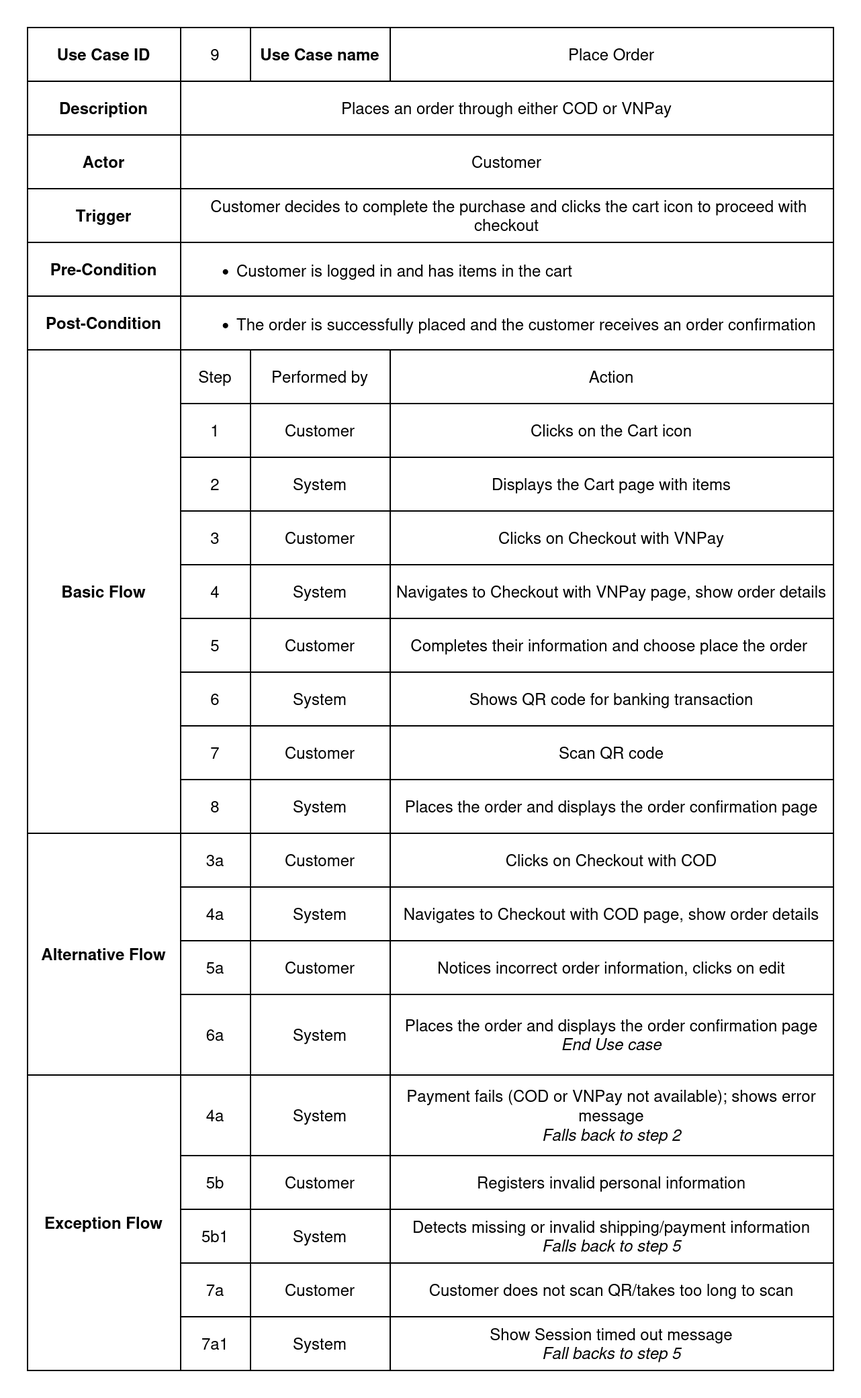
auphong2707/itse-laptopshop-management-web-application keeps this draw.io diagram as documentation/Images/usecase_metadata_card/uc_9_place_order.drawio.png. Above is the earlier version. Source tidied: cells renumbered, new cells last; positions are measured from the earlier drawing's top-left corner, leaving out a move shared by most shapes.
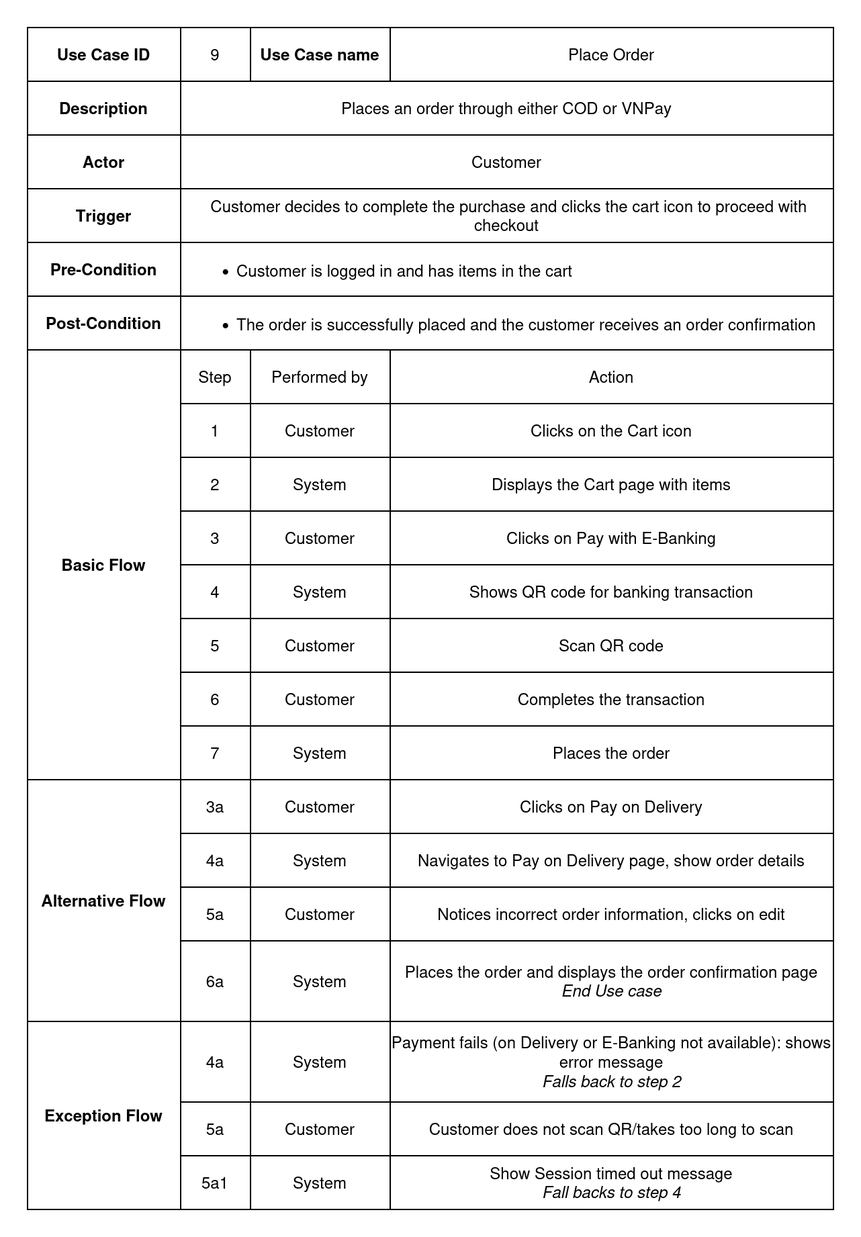
The same file after the commit.

The edit, as a diff of the source:
```diff
@@ -5,3 +5,3 @@
     <mxCell id="2" style="shape=table;startSize=0;fontStyle=0;" parent="1" vertex="1">
-      <mxGeometry width="600" height="1000" as="geometry" />
+      <mxGeometry width="600" height="880" as="geometry" />
     </mxCell>
@@ -70,4 +70,4 @@
     </mxCell>
-    <mxCell id="24" value="&lt;b&gt;Basic Flow&lt;/b&gt;" style="shape=partialRectangle;html=1;whiteSpace=wrap;strokeColor=inherit;overflow=hidden;fillColor=none;top=0;left=0;bottom=0;right=0;rowspan=9;colspan=1;" parent="23" vertex="1">
-      <mxGeometry width="114" height="360" as="geometry" />
+    <mxCell id="24" value="&lt;b&gt;Basic Flow&lt;/b&gt;" style="shape=partialRectangle;html=1;whiteSpace=wrap;strokeColor=inherit;overflow=hidden;fillColor=none;top=0;left=0;bottom=0;right=0;rowspan=8;colspan=1;" parent="23" vertex="1">
+      <mxGeometry width="114" height="320" as="geometry" />
     </mxCell>
@@ -115,33 +115,9 @@
     </mxCell>
-    <mxCell id="39" value="Clicks on Checkout with VNPay" style="shape=partialRectangle;html=1;whiteSpace=wrap;strokeColor=inherit;overflow=hidden;fillColor=none;top=0;left=0;bottom=0;right=0;" parent="36" vertex="1">
+    <mxCell id="39" value="Clicks on Pay with E-Banking" style="shape=partialRectangle;html=1;whiteSpace=wrap;strokeColor=inherit;overflow=hidden;fillColor=none;top=0;left=0;bottom=0;right=0;" parent="36" vertex="1">
       <mxGeometry x="270" width="330" height="40" as="geometry" />
     </mxCell>
-    <mxCell id="40" style="shape=tableRow;horizontal=0;startSize=0;swimlaneHead=0;swimlaneBody=0;strokeColor=inherit;top=0;left=0;bottom=0;right=0;fillColor=none;" parent="2" vertex="1">
-      <mxGeometry y="400" width="600" height="40" as="geometry" />
-    </mxCell>
-    <mxCell id="41" value="4" style="shape=partialRectangle;html=1;whiteSpace=wrap;strokeColor=inherit;overflow=hidden;fillColor=none;top=0;left=0;bottom=0;right=0;" parent="40" vertex="1">
-      <mxGeometry x="114" width="52" height="40" as="geometry" />
-    </mxCell>
-    <mxCell id="42" value="System" style="shape=partialRectangle;html=1;whiteSpace=wrap;strokeColor=inherit;overflow=hidden;fillColor=none;top=0;left=0;bottom=0;right=0;" parent="40" vertex="1">
-      <mxGeometry x="166" width="104" height="40" as="geometry" />
-    </mxCell>
-    <mxCell id="43" value="Navigates to Checkout with VNPay page, show order details" style="shape=partialRectangle;html=1;whiteSpace=wrap;strokeColor=inherit;overflow=hidden;fillColor=none;top=0;left=0;bottom=0;right=0;" parent="40" vertex="1">
-      <mxGeometry x="270" width="330" height="40" as="geometry" />
-    </mxCell>
-    <mxCell id="44" style="shape=tableRow;horizontal=0;startSize=0;swimlaneHead=0;swimlaneBody=0;strokeColor=inherit;top=0;left=0;bottom=0;right=0;fillColor=none;" parent="2" vertex="1">
-      <mxGeometry y="440" width="600" height="40" as="geometry" />
-    </mxCell>
-    <mxCell id="45" value="5" style="shape=partialRectangle;html=1;whiteSpace=wrap;strokeColor=inherit;overflow=hidden;fillColor=none;top=0;left=0;bottom=0;right=0;" parent="44" vertex="1">
-      <mxGeometry x="114" width="52" height="40" as="geometry" />
-    </mxCell>
-    <mxCell id="46" value="Customer" style="shape=partialRectangle;html=1;whiteSpace=wrap;strokeColor=inherit;overflow=hidden;fillColor=none;top=0;left=0;bottom=0;right=0;" parent="44" vertex="1">
-      <mxGeometry x="166" width="104" height="40" as="geometry" />
-    </mxCell>
-    <mxCell id="47" value="Completes their information and choose place the order&amp;nbsp;" style="shape=partialRectangle;html=1;whiteSpace=wrap;strokeColor=inherit;overflow=hidden;fillColor=none;top=0;left=0;bottom=0;right=0;" parent="44" vertex="1">
-      <mxGeometry x="270" width="330" height="40" as="geometry" />
-    </mxCell>
     <mxCell id="48" style="shape=tableRow;horizontal=0;startSize=0;swimlaneHead=0;swimlaneBody=0;strokeColor=inherit;top=0;left=0;bottom=0;right=0;fillColor=none;" parent="2" vertex="1">
-      <mxGeometry y="480" width="600" height="40" as="geometry" />
+      <mxGeometry y="400" width="600" height="40" as="geometry" />
     </mxCell>
-    <mxCell id="49" value="6" style="shape=partialRectangle;html=1;whiteSpace=wrap;strokeColor=inherit;overflow=hidden;fillColor=none;top=0;left=0;bottom=0;right=0;" parent="48" vertex="1">
+    <mxCell id="49" value="4" style="shape=partialRectangle;html=1;whiteSpace=wrap;strokeColor=inherit;overflow=hidden;fillColor=none;top=0;left=0;bottom=0;right=0;" parent="48" vertex="1">
       <mxGeometry x="114" width="52" height="40" as="geometry" />
@@ -155,5 +131,5 @@
     <mxCell id="52" style="shape=tableRow;horizontal=0;startSize=0;swimlaneHead=0;swimlaneBody=0;strokeColor=inherit;top=0;left=0;bottom=0;right=0;fillColor=none;" parent="2" vertex="1">
-      <mxGeometry y="520" width="600" height="40" as="geometry" />
+      <mxGeometry y="440" width="600" height="40" as="geometry" />
     </mxCell>
-    <mxCell id="53" value="7" style="shape=partialRectangle;html=1;whiteSpace=wrap;strokeColor=inherit;overflow=hidden;fillColor=none;top=0;left=0;bottom=0;right=0;" parent="52" vertex="1">
+    <mxCell id="53" value="5" style="shape=partialRectangle;html=1;whiteSpace=wrap;strokeColor=inherit;overflow=hidden;fillColor=none;top=0;left=0;bottom=0;right=0;" parent="52" vertex="1">
       <mxGeometry x="114" width="52" height="40" as="geometry" />
@@ -167,15 +143,27 @@
     <mxCell id="56" style="shape=tableRow;horizontal=0;startSize=0;swimlaneHead=0;swimlaneBody=0;strokeColor=inherit;top=0;left=0;bottom=0;right=0;fillColor=none;" parent="2" vertex="1">
-      <mxGeometry y="560" width="600" height="40" as="geometry" />
+      <mxGeometry y="480" width="600" height="40" as="geometry" />
     </mxCell>
-    <mxCell id="57" value="8" style="shape=partialRectangle;html=1;whiteSpace=wrap;strokeColor=inherit;overflow=hidden;fillColor=none;top=0;left=0;bottom=0;right=0;" parent="56" vertex="1">
+    <mxCell id="57" value="6" style="shape=partialRectangle;html=1;whiteSpace=wrap;strokeColor=inherit;overflow=hidden;fillColor=none;top=0;left=0;bottom=0;right=0;" parent="56" vertex="1">
       <mxGeometry x="114" width="52" height="40" as="geometry" />
     </mxCell>
-    <mxCell id="58" value="System" style="shape=partialRectangle;html=1;whiteSpace=wrap;strokeColor=inherit;overflow=hidden;fillColor=none;top=0;left=0;bottom=0;right=0;" parent="56" vertex="1">
+    <mxCell id="58" value="Customer" style="shape=partialRectangle;html=1;whiteSpace=wrap;strokeColor=inherit;overflow=hidden;fillColor=none;top=0;left=0;bottom=0;right=0;" parent="56" vertex="1">
       <mxGeometry x="166" width="104" height="40" as="geometry" />
     </mxCell>
-    <mxCell id="59" value="Places the order and displays the order confirmation page" style="shape=partialRectangle;html=1;whiteSpace=wrap;strokeColor=inherit;overflow=hidden;fillColor=none;top=0;left=0;bottom=0;right=0;" parent="56" vertex="1">
+    <mxCell id="59" value="Completes the transaction" style="shape=partialRectangle;html=1;whiteSpace=wrap;strokeColor=inherit;overflow=hidden;fillColor=none;top=0;left=0;bottom=0;right=0;" parent="56" vertex="1">
       <mxGeometry x="270" width="330" height="40" as="geometry" />
     </mxCell>
+    <mxCell id="98" style="shape=tableRow;horizontal=0;startSize=0;swimlaneHead=0;swimlaneBody=0;strokeColor=inherit;top=0;left=0;bottom=0;right=0;fillColor=none;" parent="2" vertex="1">
+      <mxGeometry y="520" width="600" height="40" as="geometry" />
+    </mxCell>
+    <mxCell id="99" value="7" style="shape=partialRectangle;html=1;whiteSpace=wrap;strokeColor=inherit;overflow=hidden;fillColor=none;top=0;left=0;bottom=0;right=0;" parent="98" vertex="1">
+      <mxGeometry x="114" width="52" height="40" as="geometry" />
+    </mxCell>
+    <mxCell id="100" value="System" style="shape=partialRectangle;html=1;whiteSpace=wrap;strokeColor=inherit;overflow=hidden;fillColor=none;top=0;left=0;bottom=0;right=0;" parent="98" vertex="1">
+      <mxGeometry x="166" width="104" height="40" as="geometry" />
+    </mxCell>
+    <mxCell id="101" value="Places the order" style="shape=partialRectangle;html=1;whiteSpace=wrap;strokeColor=inherit;overflow=hidden;fillColor=none;top=0;left=0;bottom=0;right=0;" parent="98" vertex="1">
+      <mxGeometry x="270" width="330" height="40" as="geometry" />
+    </mxCell>
     <mxCell id="60" style="shape=tableRow;horizontal=0;startSize=0;swimlaneHead=0;swimlaneBody=0;strokeColor=inherit;top=0;left=0;bottom=0;right=0;fillColor=none;" parent="2" vertex="1">
-      <mxGeometry y="600" width="600" height="40" as="geometry" />
+      <mxGeometry y="560" width="600" height="40" as="geometry" />
     </mxCell>
@@ -190,3 +178,3 @@
     </mxCell>
-    <mxCell id="64" value="Clicks on Checkout with COD" style="shape=partialRectangle;html=1;whiteSpace=wrap;strokeColor=inherit;overflow=hidden;fillColor=none;top=0;left=0;bottom=0;right=0;" parent="60" vertex="1">
+    <mxCell id="64" value="Clicks on Pay on Delivery" style="shape=partialRectangle;html=1;whiteSpace=wrap;strokeColor=inherit;overflow=hidden;fillColor=none;top=0;left=0;bottom=0;right=0;" parent="60" vertex="1">
       <mxGeometry x="270" width="330" height="40" as="geometry" />
@@ -194,3 +182,3 @@
     <mxCell id="65" style="shape=tableRow;horizontal=0;startSize=0;swimlaneHead=0;swimlaneBody=0;strokeColor=inherit;top=0;left=0;bottom=0;right=0;fillColor=none;" parent="2" vertex="1">
-      <mxGeometry y="640" width="600" height="40" as="geometry" />
+      <mxGeometry y="600" width="600" height="40" as="geometry" />
     </mxCell>
@@ -202,3 +190,3 @@
     </mxCell>
-    <mxCell id="68" value="Navigates to Checkout with COD page, show order details" style="shape=partialRectangle;html=1;whiteSpace=wrap;strokeColor=inherit;overflow=hidden;fillColor=none;top=0;left=0;bottom=0;right=0;" parent="65" vertex="1">
+    <mxCell id="68" value="Navigates to Pay on Delivery page, show order details" style="shape=partialRectangle;html=1;whiteSpace=wrap;strokeColor=inherit;overflow=hidden;fillColor=none;top=0;left=0;bottom=0;right=0;" parent="65" vertex="1">
       <mxGeometry x="270" width="330" height="40" as="geometry" />
@@ -206,3 +194,3 @@
     <mxCell id="69" style="shape=tableRow;horizontal=0;startSize=0;swimlaneHead=0;swimlaneBody=0;strokeColor=inherit;top=0;left=0;bottom=0;right=0;fillColor=none;" parent="2" vertex="1">
-      <mxGeometry y="680" width="600" height="40" as="geometry" />
+      <mxGeometry y="640" width="600" height="40" as="geometry" />
     </mxCell>
@@ -218,3 +206,3 @@
     <mxCell id="73" style="shape=tableRow;horizontal=0;startSize=0;swimlaneHead=0;swimlaneBody=0;strokeColor=inherit;top=0;left=0;bottom=0;right=0;fillColor=none;" parent="2" vertex="1">
-      <mxGeometry y="720" width="600" height="60" as="geometry" />
+      <mxGeometry y="680" width="600" height="60" as="geometry" />
     </mxCell>
@@ -230,6 +218,6 @@
     <mxCell id="77" style="shape=tableRow;horizontal=0;startSize=0;swimlaneHead=0;swimlaneBody=0;strokeColor=inherit;top=0;left=0;bottom=0;right=0;fillColor=none;" parent="2" vertex="1">
-      <mxGeometry y="780" width="600" height="60" as="geometry" />
+      <mxGeometry y="740" width="600" height="60" as="geometry" />
     </mxCell>
-    <mxCell id="78" value="&lt;b&gt;Exception Flow&lt;/b&gt;" style="shape=partialRectangle;html=1;whiteSpace=wrap;strokeColor=inherit;overflow=hidden;fillColor=none;top=0;left=0;bottom=0;right=0;rowspan=5;colspan=1;" parent="77" vertex="1">
-      <mxGeometry width="114" height="220" as="geometry" />
+    <mxCell id="78" value="&lt;b&gt;Exception Flow&lt;/b&gt;" style="shape=partialRectangle;html=1;whiteSpace=wrap;strokeColor=inherit;overflow=hidden;fillColor=none;top=0;left=0;bottom=0;right=0;rowspan=3;colspan=1;" parent="77" vertex="1">
+      <mxGeometry width="114" height="140" as="geometry" />
     </mxCell>
@@ -241,33 +229,9 @@
     </mxCell>
-    <mxCell id="81" value="Payment fails (COD or VNPay not available); shows error message&lt;div&gt;&lt;span style=&quot;background-color: transparent; color: light-dark(rgb(0, 0, 0), rgb(255, 255, 255));&quot;&gt;&lt;i&gt;Falls back to step 2&lt;/i&gt;&lt;/span&gt;&lt;/div&gt;" style="shape=partialRectangle;html=1;whiteSpace=wrap;strokeColor=inherit;overflow=hidden;fillColor=none;top=0;left=0;bottom=0;right=0;" parent="77" vertex="1">
+    <mxCell id="81" value="Payment fails (on Delivery or E-Banking not available): shows error message&lt;div&gt;&lt;span style=&quot;background-color: transparent; color: light-dark(rgb(0, 0, 0), rgb(255, 255, 255));&quot;&gt;&lt;i&gt;Falls back to step 2&lt;/i&gt;&lt;/span&gt;&lt;/div&gt;" style="shape=partialRectangle;html=1;whiteSpace=wrap;strokeColor=inherit;overflow=hidden;fillColor=none;top=0;left=0;bottom=0;right=0;" parent="77" vertex="1">
       <mxGeometry x="270" width="330" height="60" as="geometry" />
     </mxCell>
-    <mxCell id="82" style="shape=tableRow;horizontal=0;startSize=0;swimlaneHead=0;swimlaneBody=0;strokeColor=inherit;top=0;left=0;bottom=0;right=0;fillColor=none;" parent="2" vertex="1">
-      <mxGeometry y="840" width="600" height="40" as="geometry" />
-    </mxCell>
-    <mxCell id="83" value="5b" style="shape=partialRectangle;html=1;whiteSpace=wrap;strokeColor=inherit;overflow=hidden;fillColor=none;top=0;left=0;bottom=0;right=0;" parent="82" vertex="1">
-      <mxGeometry x="114" width="52" height="40" as="geometry" />
-    </mxCell>
-    <mxCell id="84" value="Customer" style="shape=partialRectangle;html=1;whiteSpace=wrap;strokeColor=inherit;overflow=hidden;fillColor=none;top=0;left=0;bottom=0;right=0;" parent="82" vertex="1">
-      <mxGeometry x="166" width="104" height="40" as="geometry" />
-    </mxCell>
-    <mxCell id="85" value="Registers invalid personal information" style="shape=partialRectangle;html=1;whiteSpace=wrap;strokeColor=inherit;overflow=hidden;fillColor=none;top=0;left=0;bottom=0;right=0;" parent="82" vertex="1">
-      <mxGeometry x="270" width="330" height="40" as="geometry" />
-    </mxCell>
-    <mxCell id="86" style="shape=tableRow;horizontal=0;startSize=0;swimlaneHead=0;swimlaneBody=0;strokeColor=inherit;top=0;left=0;bottom=0;right=0;fillColor=none;" parent="2" vertex="1">
-      <mxGeometry y="880" width="600" height="40" as="geometry" />
-    </mxCell>
-    <mxCell id="87" value="5b1" style="shape=partialRectangle;html=1;whiteSpace=wrap;strokeColor=inherit;overflow=hidden;fillColor=none;top=0;left=0;bottom=0;right=0;" parent="86" vertex="1">
-      <mxGeometry x="114" width="52" height="40" as="geometry" />
-    </mxCell>
-    <mxCell id="88" value="System" style="shape=partialRectangle;html=1;whiteSpace=wrap;strokeColor=inherit;overflow=hidden;fillColor=none;top=0;left=0;bottom=0;right=0;" parent="86" vertex="1">
-      <mxGeometry x="166" width="104" height="40" as="geometry" />
-    </mxCell>
-    <mxCell id="89" value="Detects missing or invalid shipping/payment information&lt;div&gt;&lt;i&gt;Falls back to step 5&lt;/i&gt;&lt;/div&gt;" style="shape=partialRectangle;html=1;whiteSpace=wrap;strokeColor=inherit;overflow=hidden;fillColor=none;top=0;left=0;bottom=0;right=0;" parent="86" vertex="1">
-      <mxGeometry x="270" width="330" height="40" as="geometry" />
-    </mxCell>
     <mxCell id="90" style="shape=tableRow;horizontal=0;startSize=0;swimlaneHead=0;swimlaneBody=0;strokeColor=inherit;top=0;left=0;bottom=0;right=0;fillColor=none;" parent="2" vertex="1">
-      <mxGeometry y="920" width="600" height="40" as="geometry" />
+      <mxGeometry y="800" width="600" height="40" as="geometry" />
     </mxCell>
-    <mxCell id="91" value="7a" style="shape=partialRectangle;html=1;whiteSpace=wrap;strokeColor=inherit;overflow=hidden;fillColor=none;top=0;left=0;bottom=0;right=0;" parent="90" vertex="1">
+    <mxCell id="91" value="5a" style="shape=partialRectangle;html=1;whiteSpace=wrap;strokeColor=inherit;overflow=hidden;fillColor=none;top=0;left=0;bottom=0;right=0;" parent="90" vertex="1">
       <mxGeometry x="114" width="52" height="40" as="geometry" />
@@ -281,5 +245,5 @@
     <mxCell id="94" style="shape=tableRow;horizontal=0;startSize=0;swimlaneHead=0;swimlaneBody=0;strokeColor=inherit;top=0;left=0;bottom=0;right=0;fillColor=none;" parent="2" vertex="1">
-      <mxGeometry y="960" width="600" height="40" as="geometry" />
+      <mxGeometry y="840" width="600" height="40" as="geometry" />
     </mxCell>
-    <mxCell id="95" value="7a1" style="shape=partialRectangle;html=1;whiteSpace=wrap;strokeColor=inherit;overflow=hidden;fillColor=none;top=0;left=0;bottom=0;right=0;" parent="94" vertex="1">
+    <mxCell id="95" value="5a1" style="shape=partialRectangle;html=1;whiteSpace=wrap;strokeColor=inherit;overflow=hidden;fillColor=none;top=0;left=0;bottom=0;right=0;" parent="94" vertex="1">
       <mxGeometry x="114" width="52" height="40" as="geometry" />
@@ -289,3 +253,3 @@
     </mxCell>
-    <mxCell id="97" value="Show Session timed out message&lt;div&gt;&lt;i&gt;Fall backs to step 5&lt;/i&gt;&lt;/div&gt;" style="shape=partialRectangle;html=1;whiteSpace=wrap;strokeColor=inherit;overflow=hidden;fillColor=none;top=0;left=0;bottom=0;right=0;" parent="94" vertex="1">
+    <mxCell id="97" value="Show Session timed out message&lt;div&gt;&lt;i&gt;Fall backs to step 4&lt;/i&gt;&lt;/div&gt;" style="shape=partialRectangle;html=1;whiteSpace=wrap;strokeColor=inherit;overflow=hidden;fillColor=none;top=0;left=0;bottom=0;right=0;" parent="94" vertex="1">
       <mxGeometry x="270" width="330" height="40" as="geometry" />
```
